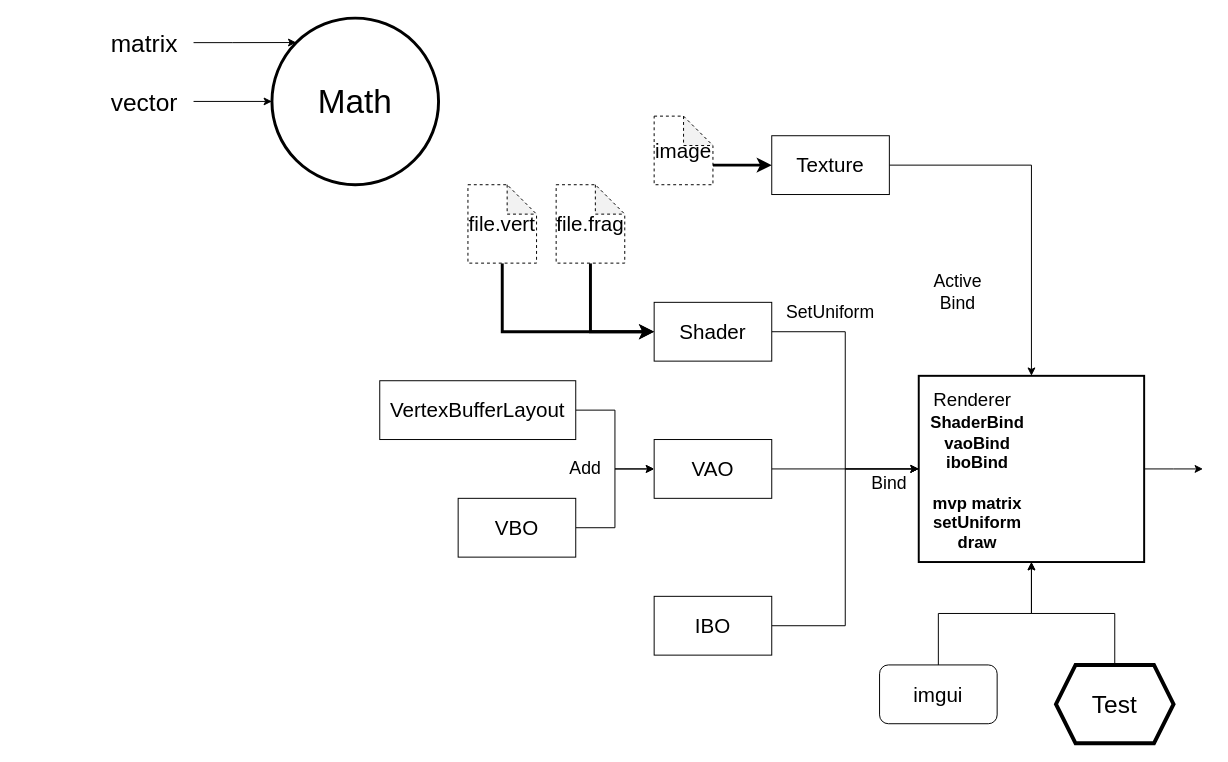
Earlier version of the draw.io diagram OpenGL.drawio (xiaodongYao/DrawIO). Source tidied: cells renumbered, new cells numbered last; positions are measured from the earlier drawing's top-left corner, leaving out a move shared by most shapes. Both pictures are drawn from the tidied source at 98%, with x=0, y=0 at pixel (95, 18).
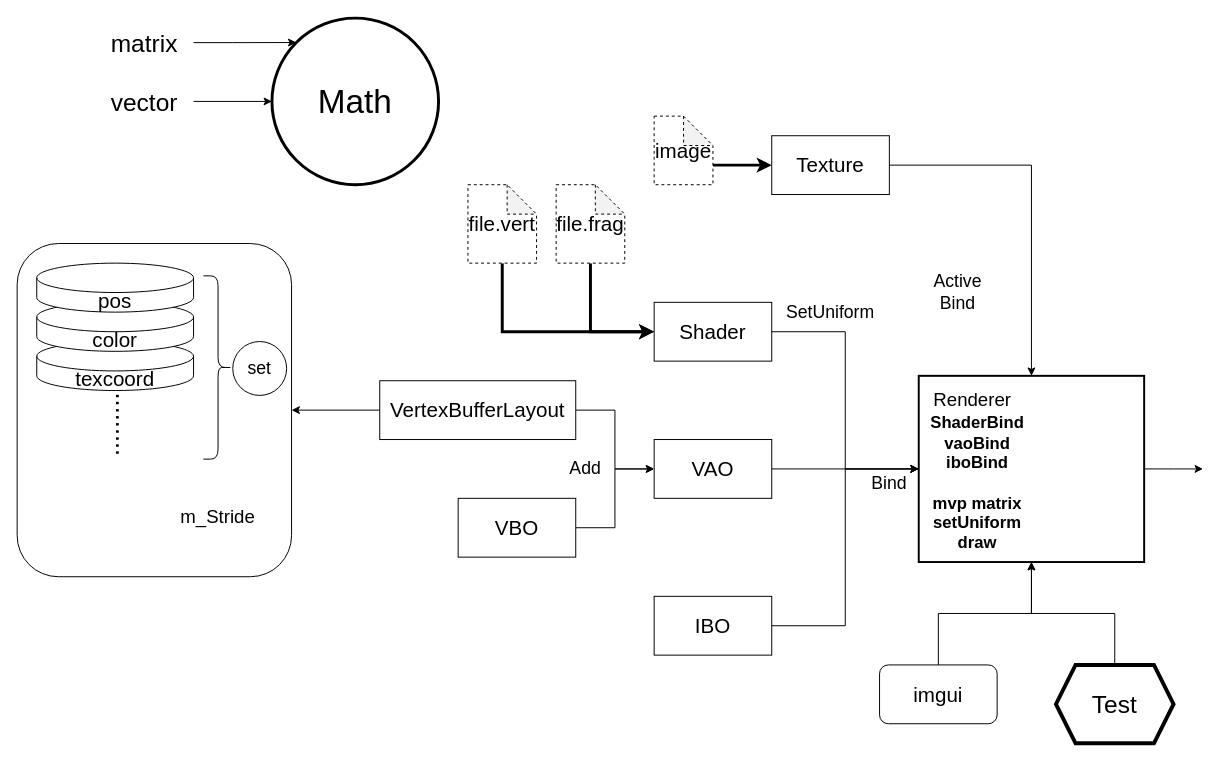
Above is the later version.

The change refers to these unchanged cells:
```xml
<mxCell id="13" value="VertexBufferLayout" style="rounded=0;whiteSpace=wrap;html=1;fontSize=21;" parent="1" vertex="1">
  <mxGeometry x="290" y="370" width="200" height="60" as="geometry" />
</mxCell>
```

What changed in the source:
```diff
@@
+    <mxCell id="37" style="edgeStyle=orthogonalEdgeStyle;rounded=0;jettySize=auto;html=1;" parent="1" edge="1" source="13" target="38">
+      <mxGeometry relative="1" as="geometry" />
+    </mxCell>
@@
+    <mxCell id="38" style="rounded=1;whiteSpace=wrap;html=1;" parent="1" vertex="1">
+      <mxGeometry x="-80" y="230" width="280" height="340" as="geometry" />
+    </mxCell>
+    <mxCell id="39" value="texcoord" style="shape=cylinder3;whiteSpace=wrap;html=1;boundedLbl=1;backgroundOutline=1;size=15;fontSize=21;" parent="1" vertex="1">
+      <mxGeometry x="-60" y="330" width="160" height="50" as="geometry" />
+    </mxCell>
+    <mxCell id="40" value="........." style="text;html=1;align=center;verticalAlign=middle;whiteSpace=wrap;rounded=0;rotation=90;fontSize=26;" parent="1" vertex="1">
+      <mxGeometry y="400" width="60" height="30" as="geometry" />
+    </mxCell>
+    <mxCell id="41" value="color" style="shape=cylinder3;whiteSpace=wrap;html=1;boundedLbl=1;backgroundOutline=1;size=15;fontSize=21;" parent="1" vertex="1">
+      <mxGeometry x="-60" y="290" width="160" height="50" as="geometry" />
+    </mxCell>
+    <mxCell id="42" value="pos" style="shape=cylinder3;whiteSpace=wrap;html=1;boundedLbl=1;backgroundOutline=1;size=15;fontSize=21;" parent="1" vertex="1">
+      <mxGeometry x="-60" y="250" width="160" height="50" as="geometry" />
+    </mxCell>
+    <mxCell id="43" value="set" style="ellipse;whiteSpace=wrap;html=1;fontSize=18;" parent="1" vertex="1">
+      <mxGeometry x="140" y="330" width="55" height="55" as="geometry" />
+    </mxCell>
+    <mxCell id="44" style="shape=curlyBracket;whiteSpace=wrap;html=1;rounded=1;flipH=1;labelPosition=right;verticalLabelPosition=middle;align=left;verticalAlign=middle;" parent="1" vertex="1">
+      <mxGeometry x="110" y="263" width="30" height="187" as="geometry" />
+    </mxCell>
+    <mxCell id="45" value="m_Stride" style="text;html=1;align=center;verticalAlign=middle;whiteSpace=wrap;rounded=0;fontSize=19;" parent="1" vertex="1">
+      <mxGeometry x="80" y="490" width="90" height="40" as="geometry" />
+    </mxCell>
```
